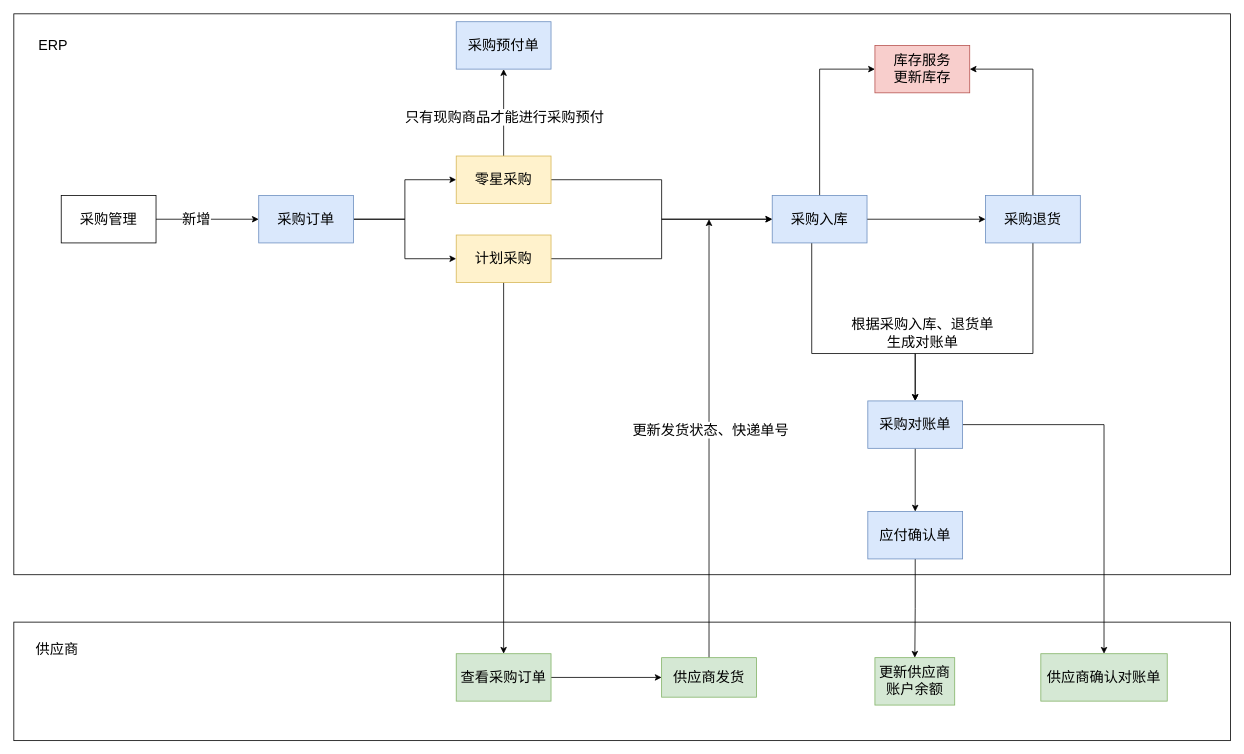
The draw.io diagram ERP采购流程.drawio in linbingxing/mind, before the edit. Source tidied: cells renumbered, new cells numbered last; positions are measured from the earlier drawing's top-left corner, leaving out a move shared by most shapes. Both pictures are drawn from the tidied source at 79%, with x=0, y=0 at pixel (13, 13).
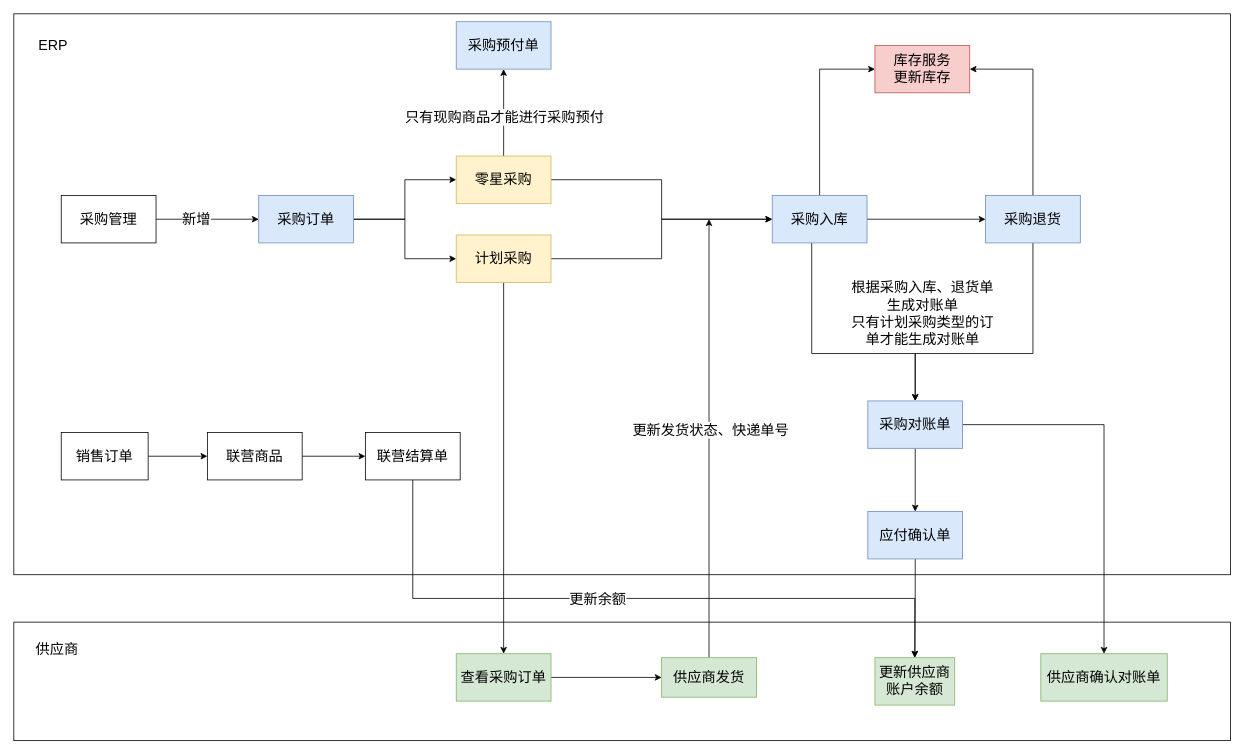
The same diagram, later.

Commit message (it also covers changes not shown here):
更新ERP采购流程.drawio

The change refers to these unchanged cells:
```xml
<mxCell id="38" value="更新供应商账户余额" style="rounded=0;whiteSpace=wrap;html=1;fontSize=18;fillColor=#d5e8d4;strokeColor=#82b366;" parent="1" vertex="1">
  <mxGeometry x="1090" y="815" width="101" height="60" as="geometry" />
</mxCell>
```

Change to the diagram source:
```diff
@@
-    <mxCell id="32" value="根据采购入库、退货单生成对账单" style="text;html=1;strokeColor=none;fillColor=none;align=center;verticalAlign=middle;whiteSpace=wrap;rounded=0;fontSize=18;" parent="1" vertex="1">
-      <mxGeometry x="1050.5" y="390" width="199" height="30" as="geometry" />
+    <mxCell id="32" value="根据采购入库、退货单生成对账单&lt;br&gt;只有计划采购类型的订单才能生成对账单" style="text;html=1;strokeColor=none;fillColor=none;align=center;verticalAlign=middle;whiteSpace=wrap;rounded=0;fontSize=18;" parent="1" vertex="1">
+      <mxGeometry x="1050.5" y="310" width="199" height="140" as="geometry" />
     </mxCell>
@@
+    <mxCell id="41" style="edgeStyle=orthogonalEdgeStyle;rounded=0;jettySize=auto;html=1;fontSize=18;" parent="1" edge="1" source="42" target="44">
+      <mxGeometry relative="1" as="geometry" />
+    </mxCell>
+    <mxCell id="42" value="销售订单" style="rounded=0;whiteSpace=wrap;html=1;fontSize=18;" parent="1" vertex="1">
+      <mxGeometry x="60" y="530" width="110" height="60" as="geometry" />
+    </mxCell>
+    <mxCell id="43" style="edgeStyle=orthogonalEdgeStyle;rounded=0;jettySize=auto;html=1;fontSize=18;" parent="1" edge="1" source="44" target="47">
+      <mxGeometry relative="1" as="geometry" />
+    </mxCell>
+    <mxCell id="44" value="联营商品" style="whiteSpace=wrap;html=1;fontSize=18;rounded=0;" parent="1" vertex="1">
+      <mxGeometry x="245" y="530" width="120" height="60" as="geometry" />
+    </mxCell>
+    <mxCell id="45" style="edgeStyle=orthogonalEdgeStyle;rounded=0;jettySize=auto;html=1;entryX=0.5;entryY=0;entryDx=0;entryDy=0;fontSize=18;" parent="1" edge="1" source="47" target="38">
+      <mxGeometry relative="1" as="geometry">
+        <Array as="points">
+          <mxPoint x="505" y="740" />
+          <mxPoint x="1141" y="740" />
+        </Array>
+      </mxGeometry>
+    </mxCell>
+    <mxCell id="46" value="更新余额" style="edgeLabel;html=1;align=center;verticalAlign=middle;fontSize=18;" parent="45" vertex="1">
+      <mxGeometry x="-0.11" y="-1" relative="1" as="geometry" />
+    </mxCell>
+    <mxCell id="47" value="联营结算单" style="whiteSpace=wrap;html=1;fontSize=18;rounded=0;" parent="1" vertex="1">
+      <mxGeometry x="445" y="530" width="120" height="60" as="geometry" />
+    </mxCell>
```
